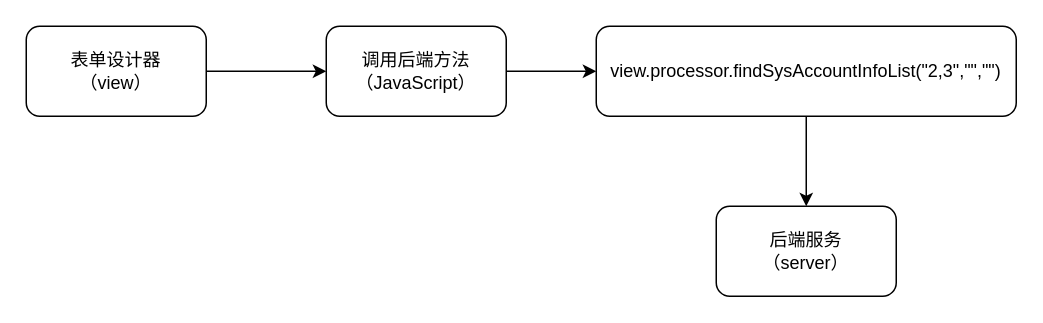
The draw.io diagram viewHigh.drawio in linrushao/drawing, before the edit. Source tidied: cells renumbered, new cells numbered last; positions are measured from the earlier drawing's top-left corner, leaving out a move shared by most shapes. Both pictures are drawn from the tidied source at 150%, with x=0, y=0 at pixel (26, 26).
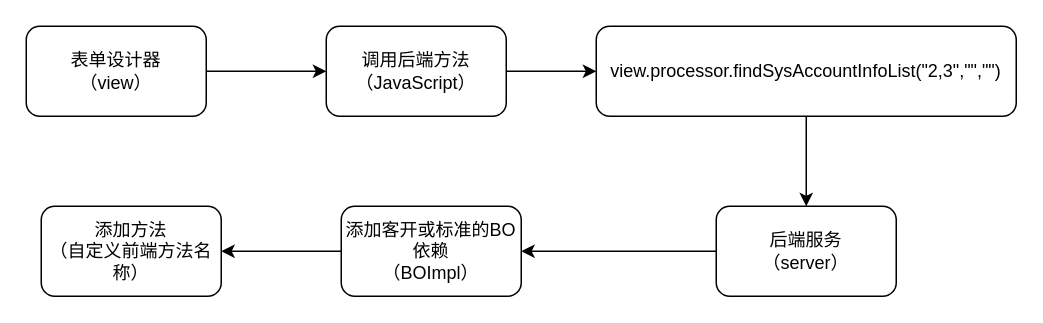
Above is the later version.

What changed in the source:
```diff
@@
 <mxGraphModel>
   <root>
     <mxCell id="0" />
     <mxCell id="1" parent="0" />
     <mxCell id="2" style="edgeStyle=orthogonalEdgeStyle;rounded=0;jettySize=auto;html=1;exitX=1;exitY=0.5;exitDx=0;exitDy=0;entryX=0;entryY=0.5;entryDx=0;entryDy=0;" parent="1" edge="1" source="3" target="5">
       <mxGeometry relative="1" as="geometry" />
     </mxCell>
     <mxCell id="3" value="&lt;div&gt;表单设计器&lt;/div&gt;&lt;div&gt;（&lt;span style=&quot;background-color: transparent; color: light-dark(rgb(0, 0, 0), rgb(255, 255, 255));&quot;&gt;view&lt;/span&gt;&lt;span style=&quot;background-color: transparent; color: light-dark(rgb(0, 0, 0), rgb(255, 255, 255));&quot;&gt;）&lt;/span&gt;&lt;/div&gt;" style="rounded=1;whiteSpace=wrap;html=1;" parent="1" vertex="1">
       <mxGeometry width="120" height="60" as="geometry" />
     </mxCell>
     <mxCell id="4" style="edgeStyle=orthogonalEdgeStyle;rounded=0;jettySize=auto;html=1;exitX=1;exitY=0.5;exitDx=0;exitDy=0;entryX=0;entryY=0.5;entryDx=0;entryDy=0;" parent="1" edge="1" source="5" target="7">
       <mxGeometry relative="1" as="geometry" />
     </mxCell>
     <mxCell id="5" value="&lt;div&gt;调用后端方法&lt;/div&gt;&lt;div&gt;（&lt;span style=&quot;background-color: transparent; color: light-dark(rgb(0, 0, 0), rgb(255, 255, 255));&quot;&gt;JavaScript&lt;/span&gt;&lt;span style=&quot;background-color: transparent; color: light-dark(rgb(0, 0, 0), rgb(255, 255, 255));&quot;&gt;）&lt;/span&gt;&lt;/div&gt;" style="rounded=1;whiteSpace=wrap;html=1;" parent="1" vertex="1">
       <mxGeometry x="200" width="120" height="60" as="geometry" />
     </mxCell>
     <mxCell id="6" style="edgeStyle=orthogonalEdgeStyle;rounded=0;jettySize=auto;html=1;exitX=0.5;exitY=1;exitDx=0;exitDy=0;entryX=0.5;entryY=0;entryDx=0;entryDy=0;" parent="1" edge="1" source="7" target="8">
       <mxGeometry relative="1" as="geometry" />
     </mxCell>
     <mxCell id="7" value="view.processor.findSysAccountInfoList(&quot;2,3&quot;,&quot;&quot;,&quot;&quot;)" style="rounded=1;whiteSpace=wrap;html=1;" parent="1" vertex="1">
       <mxGeometry x="380" width="280" height="60" as="geometry" />
     </mxCell>
+    <mxCell id="9" style="edgeStyle=orthogonalEdgeStyle;rounded=0;jettySize=auto;html=1;exitX=0;exitY=0.5;exitDx=0;exitDy=0;entryX=1;entryY=0.5;entryDx=0;entryDy=0;" parent="1" edge="1" source="8" target="12">
+      <mxGeometry relative="1" as="geometry" />
+    </mxCell>
     <mxCell id="8" value="后端服务&lt;br&gt;（server）" style="rounded=1;whiteSpace=wrap;html=1;" parent="1" vertex="1">
       <mxGeometry x="460" y="120" width="120" height="60" as="geometry" />
     </mxCell>
+    <mxCell id="10" value="添加方法&lt;div&gt;（自定义前端方法名称）&lt;/div&gt;" style="rounded=1;whiteSpace=wrap;html=1;" parent="1" vertex="1">
+      <mxGeometry x="10" y="120" width="120" height="60" as="geometry" />
+    </mxCell>
+    <mxCell id="11" style="edgeStyle=orthogonalEdgeStyle;rounded=0;jettySize=auto;html=1;exitX=0;exitY=0.5;exitDx=0;exitDy=0;entryX=1;entryY=0.5;entryDx=0;entryDy=0;" parent="1" edge="1" source="12" target="10">
+      <mxGeometry relative="1" as="geometry" />
+    </mxCell>
+    <mxCell id="12" value="添加客开或标准的BO依赖&lt;br&gt;（BOImpl）" style="rounded=1;whiteSpace=wrap;html=1;" parent="1" vertex="1">
+      <mxGeometry x="210" y="120" width="120" height="60" as="geometry" />
+    </mxCell>
   </root>
 </mxGraphModel>
```
